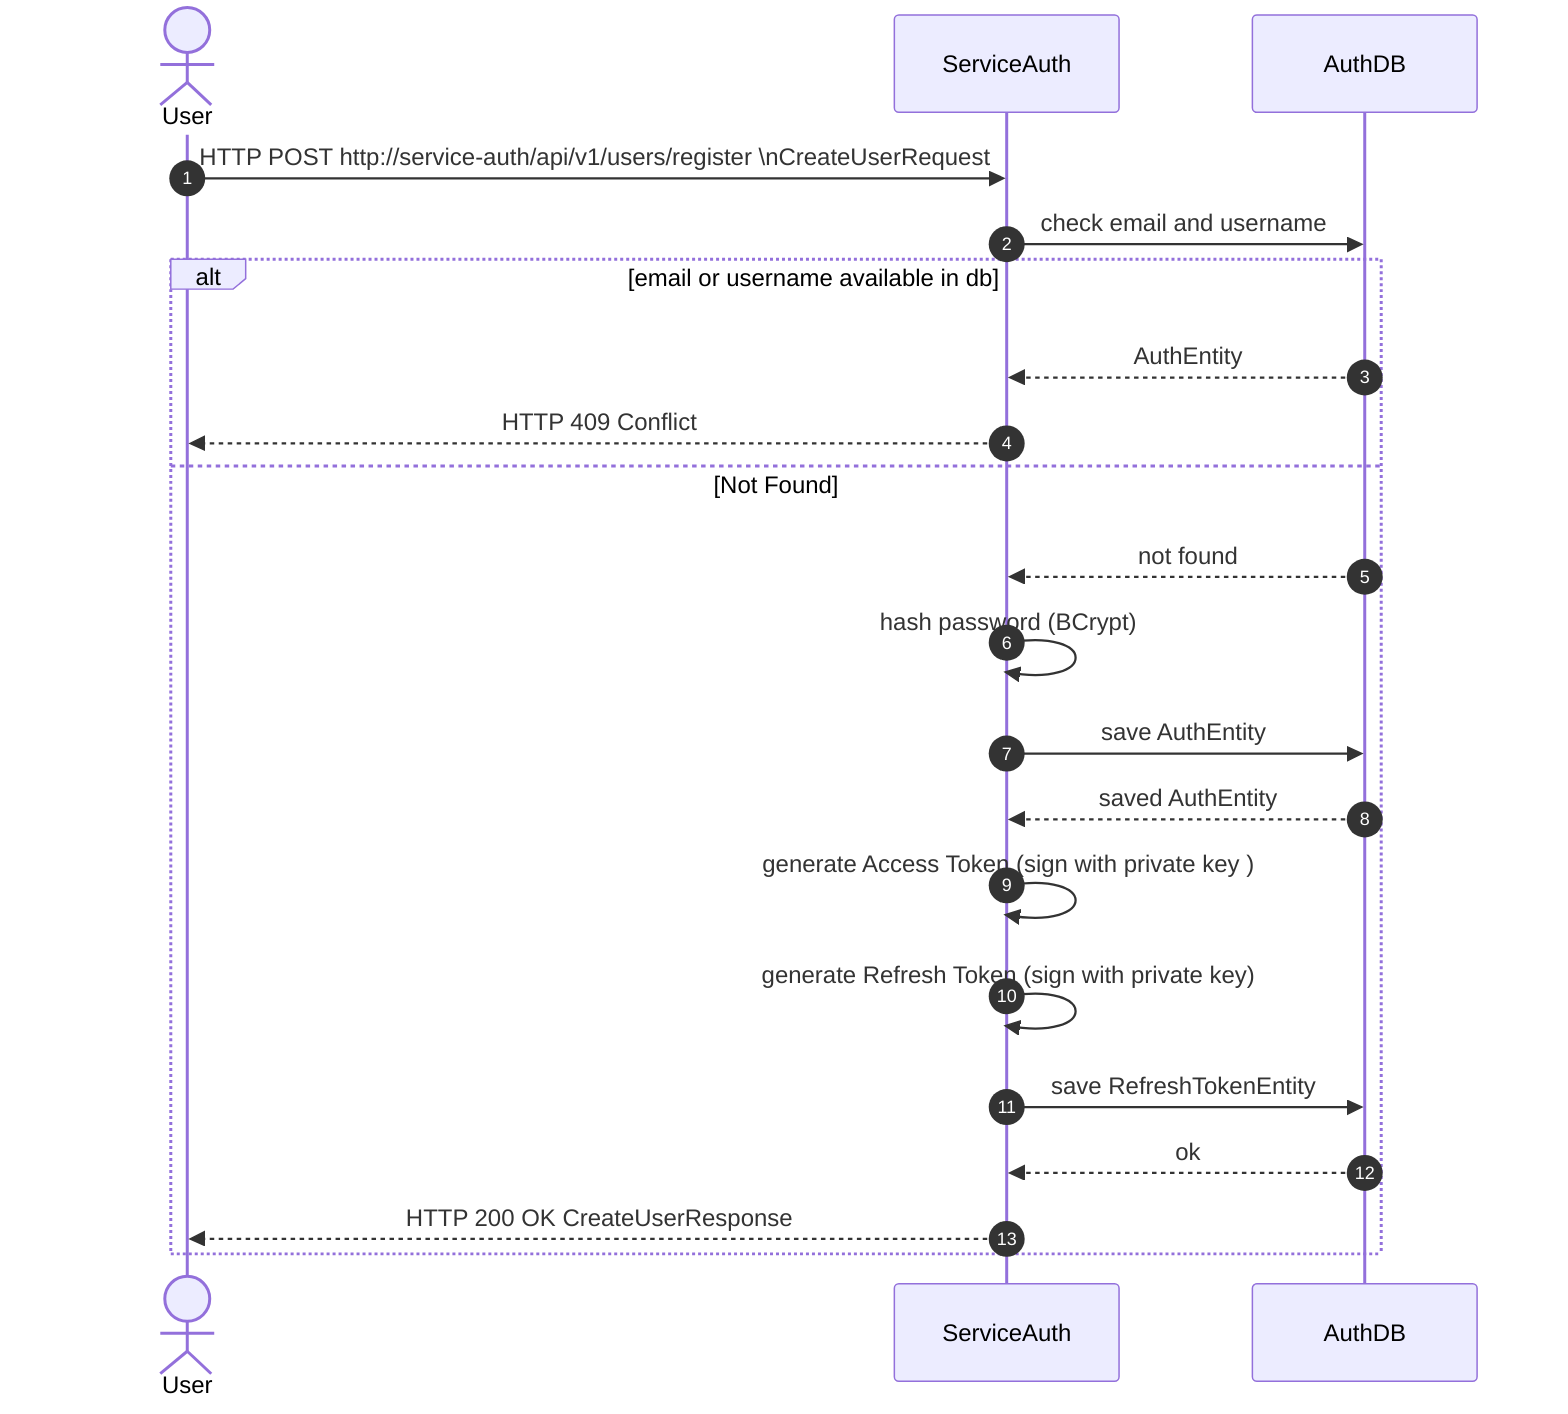
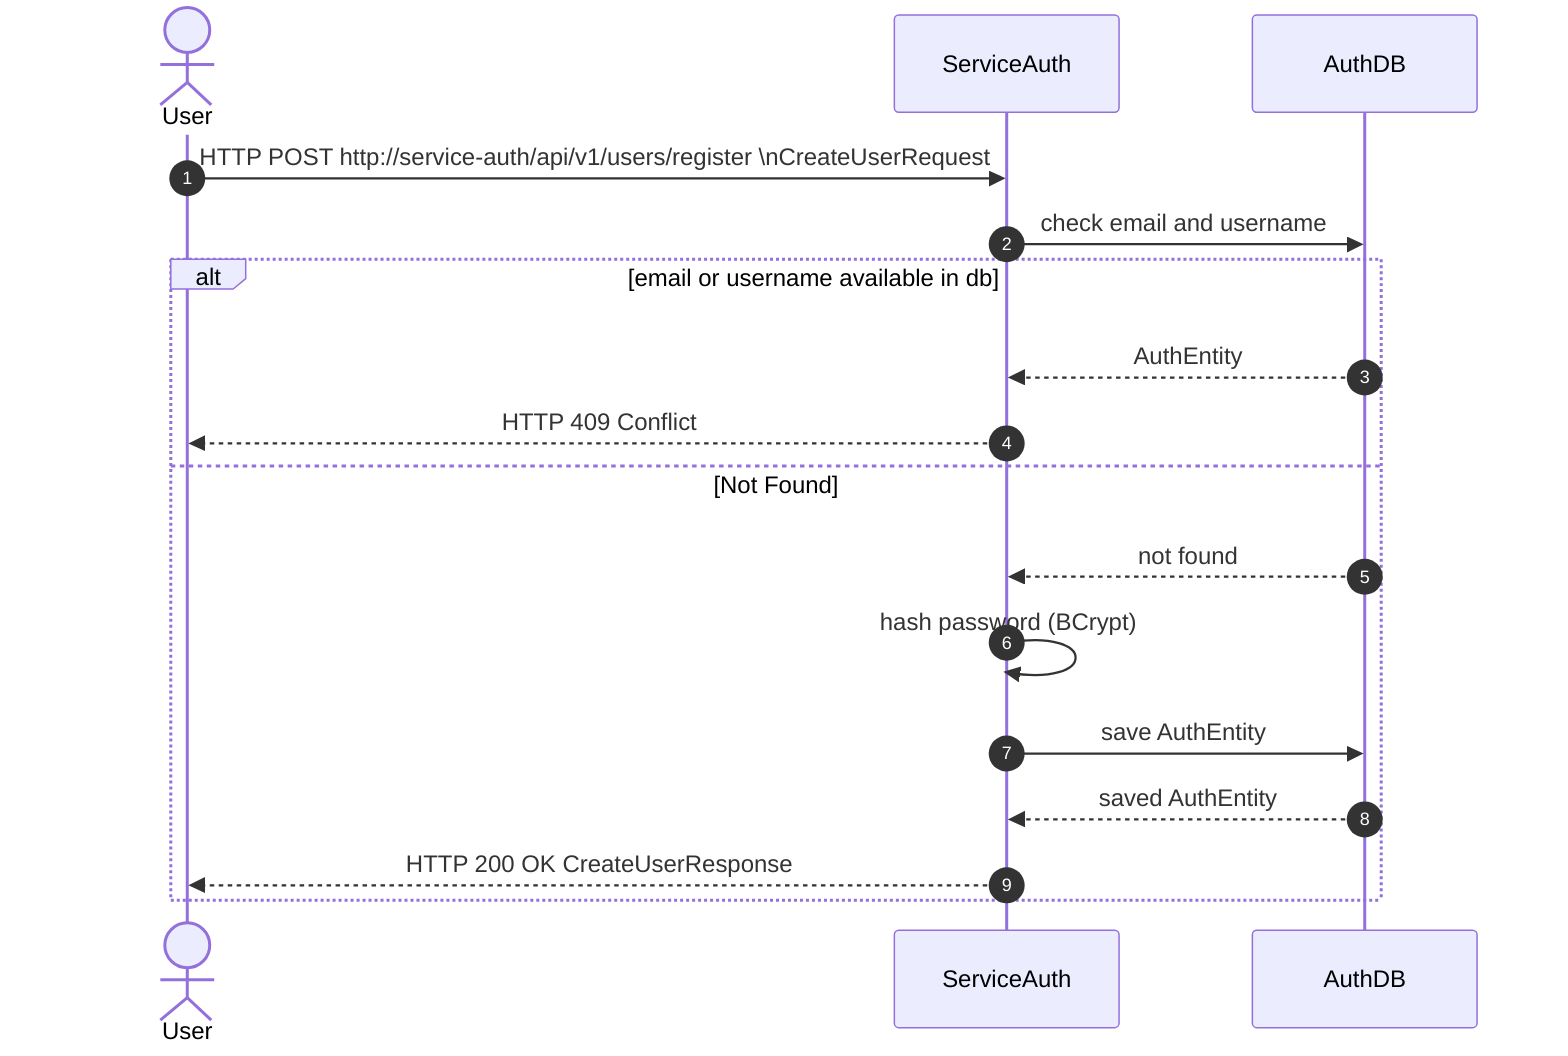
sequenceDiagram
    autonumber
    actor User
    participant ServiceAuth
    participant AuthDB

    User            ->>  ServiceAuth    :   HTTP POST http://service-auth/api/v1/users/register \nCreateUserRequest
    ServiceAuth     ->>  AuthDB         :   check email and username
    alt email or username available in db
        AuthDB      -->> ServiceAuth    :   AuthEntity
        ServiceAuth -->> User           :   HTTP 409 Conflict
    else Not Found
        AuthDB          -->> ServiceAuth    :   not found
        ServiceAuth     ->>  ServiceAuth    :   hash password (BCrypt)
        ServiceAuth     ->>  AuthDB         :   save AuthEntity
        AuthDB          -->> ServiceAuth    :   saved AuthEntity
-         ServiceAuth     ->>  ServiceAuth    :   generate Access Token (sign with private key )
-         ServiceAuth     ->>  ServiceAuth    :   generate Refresh Token (sign with private key)
-         ServiceAuth     ->>  AuthDB         :   save RefreshTokenEntity
-         AuthDB          -->> ServiceAuth    :   ok
        ServiceAuth     -->> User           :   HTTP 200 OK CreateUserResponse
    end